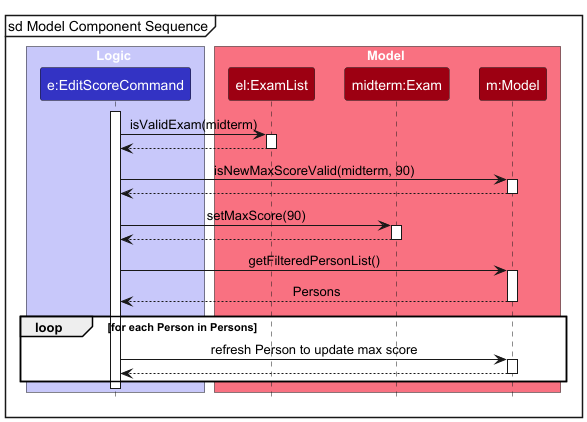
Before: docs/images/EditScoreCommandSequenceDiagram-Model.png, a diagram exported from PlantUML (yoyongxuan/tp).
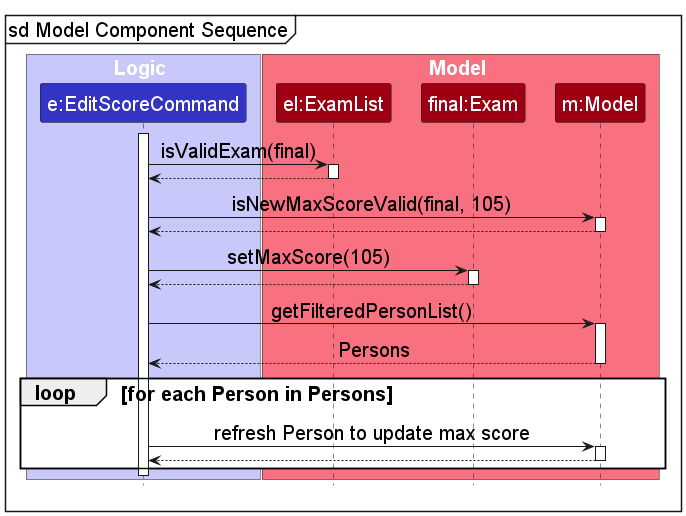
Above is the later version.

Commit message:
Updated UML diagram fonts and use cases

Change to the diagram source:
```diff
@@ -1,7 +1,9 @@
 @startuml
 !include style.puml
 skinparam ArrowFontStyle plain
-mainframe sd Model Component Sequence
+skinparam DefaultFontSize 20
+
+mainframe <size:20>sd Model Component Sequence</size>
 
 box Logic LOGIC_COLOR_T1
 participant "e:EditScoreCommand" as EditScoreCommand LOGIC_COLOR
@@ -9,25 +11,25 @@
 
 box Model MODEL_COLOR_T1
 participant "el:ExamList" as ExamList MODEL_COLOR
-participant "midterm:Exam" as Exam MODEL_COLOR
+participant "final:Exam" as Exam MODEL_COLOR
 participant "m:Model" as Model MODEL_COLOR
 end box
 
 activate EditScoreCommand
 
-EditScoreCommand -> ExamList : isValidExam(midterm)
+EditScoreCommand -> ExamList : isValidExam(final)
 activate ExamList
 
 ExamList --> EditScoreCommand
 deactivate ExamList
 
-EditScoreCommand -> Model : isNewMaxScoreValid(midterm, 90)
+EditScoreCommand -> Model : isNewMaxScoreValid(final, 105)
 activate Model
 
 Model --> EditScoreCommand
 deactivate Model
 
-EditScoreCommand -> Exam : setMaxScore(90)
+EditScoreCommand -> Exam : setMaxScore(105)
 activate Exam
 
 Exam --> EditScoreCommand
```
